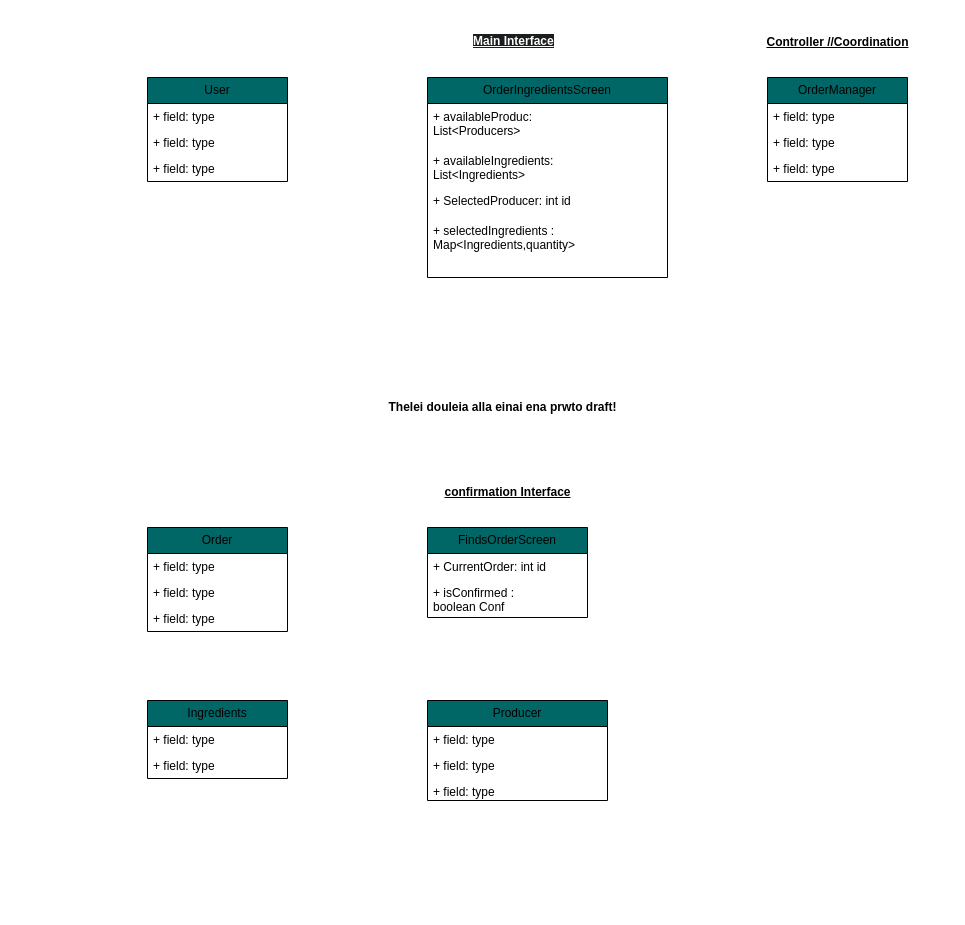
Earlier version of the draw.io diagram ClassDiagram_Kostasdrawio.drawio (TMCEID/SoftEngFishApp). Source tidied: cells renumbered, new cells numbered last; positions are measured from the earlier drawing's top-left corner, leaving out a move shared by most shapes. Both pictures are drawn from the tidied source at 100%, with x=0, y=0 at pixel (147, 17).
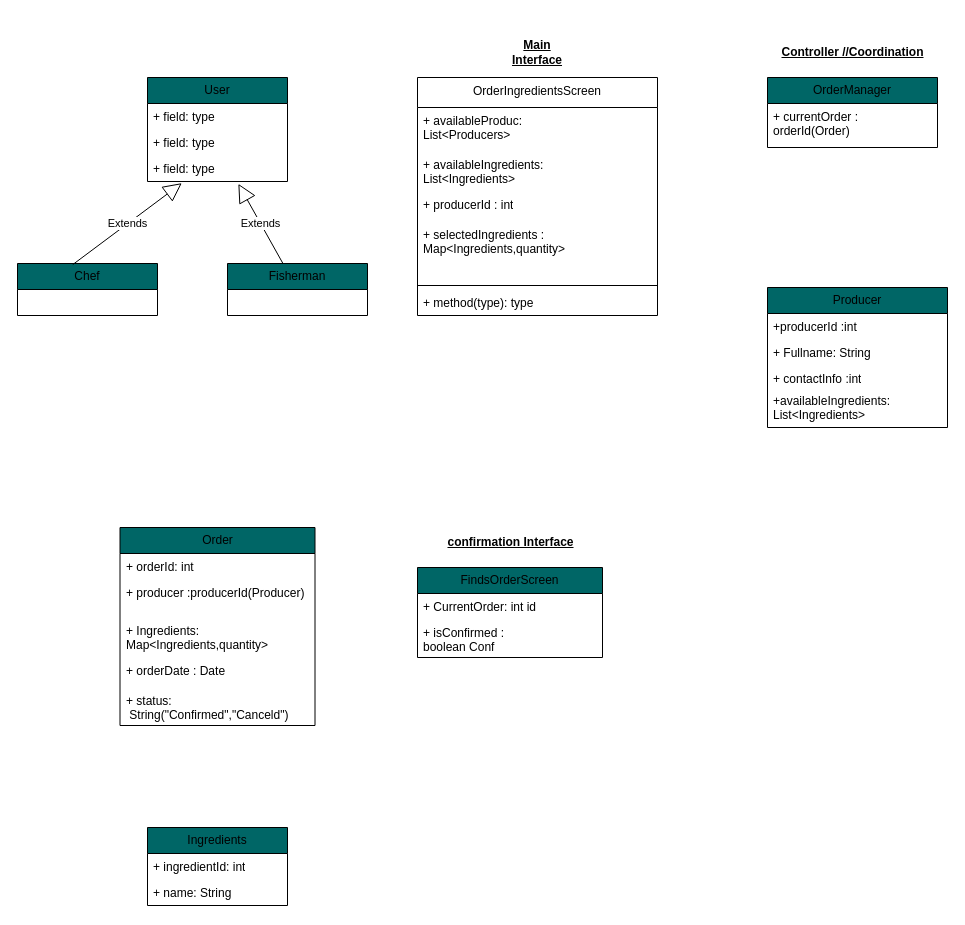
After the change.

Commit message:
Kostas:second Attempt

The edit, as a diff of the source:
```diff
@@
-    <mxCell id="2" value="User" style="swimlane;fontStyle=0;horizontal=1;startSize=26;fillColor=#006666;whiteSpace=wrap;html=1;" parent="1" vertex="1">
+    <mxCell id="2" value="User" style="swimlane;fontStyle=0;horizontal=1;startSize=26;fillColor=light-dark(#006666,#006666);whiteSpace=wrap;html=1;" parent="1" vertex="1">
       <mxGeometry y="60" width="140" height="104" as="geometry" />
     </mxCell>
-    <mxCell id="3" value="+ field: type" style="text;strokeColor=none;fillColor=none;align=left;verticalAlign=top;spacingLeft=4;spacingRight=4;overflow=hidden;whiteSpace=wrap;html=1;" parent="2" vertex="1">
-      <mxGeometry y="26" width="140" height="26" as="geometry" />
-    </mxCell>
-    <mxCell id="4" value="+ field: type" style="text;strokeColor=none;fillColor=none;align=left;verticalAlign=top;spacingLeft=4;spacingRight=4;overflow=hidden;whiteSpace=wrap;html=1;" parent="2" vertex="1">
-      <mxGeometry y="52" width="140" height="26" as="geometry" />
-    </mxCell>
-    <mxCell id="5" value="+ field: type" style="text;strokeColor=none;fillColor=none;align=left;verticalAlign=top;spacingLeft=4;spacingRight=4;overflow=hidden;whiteSpace=wrap;html=1;" parent="2" vertex="1">
-      <mxGeometry y="78" width="140" height="26" as="geometry" />
-    </mxCell>
-    <mxCell id="6" value="OrderIngredientsScreen" style="swimlane;fontStyle=0;horizontal=1;startSize=26;fillColor=#006666;whiteSpace=wrap;html=1;" parent="1" vertex="1">
-      <mxGeometry x="280" y="60" width="240" height="200" as="geometry" />
-    </mxCell>
-    <mxCell id="7" value="+ availableProduc:&lt;br&gt;List&amp;lt;Producers&amp;gt;" style="text;strokeColor=none;fillColor=none;align=left;verticalAlign=top;spacingLeft=4;spacingRight=4;overflow=hidden;whiteSpace=wrap;html=1;" parent="6" vertex="1">
-      <mxGeometry y="26" width="240" height="44" as="geometry" />
-    </mxCell>
-    <mxCell id="8" value="+ availableIngredients:&lt;br&gt;List&amp;lt;Ingredients&amp;gt;" style="text;strokeColor=none;fillColor=none;align=left;verticalAlign=top;spacingLeft=4;spacingRight=4;overflow=hidden;whiteSpace=wrap;html=1;" parent="6" vertex="1">
-      <mxGeometry y="70" width="240" height="40" as="geometry" />
-    </mxCell>
-    <mxCell id="9" value="+ SelectedProducer: int id&amp;nbsp;" style="text;strokeColor=none;fillColor=none;align=left;verticalAlign=top;spacingLeft=4;spacingRight=4;overflow=hidden;whiteSpace=wrap;html=1;" parent="6" vertex="1">
-      <mxGeometry y="110" width="240" height="30" as="geometry" />
-    </mxCell>
-    <mxCell id="10" value="+ selectedIngredients : Map&amp;lt;Ingredients,quantity&amp;gt;" style="text;strokeColor=none;fillColor=none;align=left;verticalAlign=top;spacingLeft=4;spacingRight=4;overflow=hidden;whiteSpace=wrap;html=1;" parent="6" vertex="1">
-      <mxGeometry y="140" width="240" height="60" as="geometry" />
-    </mxCell>
+    <mxCell id="33" value="+ field: type" style="text;strokeColor=none;fillColor=none;align=left;verticalAlign=top;spacingLeft=4;spacingRight=4;overflow=hidden;whiteSpace=wrap;html=1;" parent="2" vertex="1">
+      <mxGeometry y="26" width="140" height="26" as="geometry" />
+    </mxCell>
+    <mxCell id="34" value="+ field: type" style="text;strokeColor=none;fillColor=none;align=left;verticalAlign=top;spacingLeft=4;spacingRight=4;overflow=hidden;whiteSpace=wrap;html=1;" parent="2" vertex="1">
+      <mxGeometry y="52" width="140" height="26" as="geometry" />
+    </mxCell>
+    <mxCell id="35" value="+ field: type" style="text;strokeColor=none;fillColor=none;align=left;verticalAlign=top;spacingLeft=4;spacingRight=4;overflow=hidden;points=[[0,0.5],[1,0.5]];portConstraint=eastwest;whiteSpace=wrap;html=1;" parent="2" vertex="1">
+      <mxGeometry y="78" width="140" height="26" as="geometry" />
+    </mxCell>
-    <mxCell id="11" value="FindsOrderScreen" style="swimlane;fontStyle=0;horizontal=1;startSize=26;fillColor=#006666;whiteSpace=wrap;html=1;" parent="1" vertex="1">
-      <mxGeometry x="280" y="510" width="160" height="90" as="geometry" />
+    <mxCell id="11" value="FindsOrderScreen" style="swimlane;fontStyle=0;horizontal=1;startSize=26;fillColor=light-dark(#006666,#006666);whiteSpace=wrap;html=1;" parent="1" vertex="1">
+      <mxGeometry x="270" y="550" width="185" height="90" as="geometry" />
     </mxCell>
     <mxCell id="12" value="+ CurrentOrder: int id" style="text;strokeColor=none;fillColor=none;align=left;verticalAlign=top;spacingLeft=4;spacingRight=4;overflow=hidden;whiteSpace=wrap;html=1;" parent="11" vertex="1">
-      <mxGeometry y="26" width="160" height="26" as="geometry" />
+      <mxGeometry y="26" width="185" height="26" as="geometry" />
     </mxCell>
     <mxCell id="13" value="+ isConfirmed : &lt;br&gt;boolean Conf" style="text;strokeColor=none;fillColor=none;align=left;verticalAlign=top;spacingLeft=4;spacingRight=4;overflow=hidden;whiteSpace=wrap;html=1;" parent="11" vertex="1">
-      <mxGeometry y="52" width="160" height="38" as="geometry" />
+      <mxGeometry y="52" width="185" height="38" as="geometry" />
     </mxCell>
     <mxCell id="14" value="&lt;u&gt;confirmation Interface&lt;/u&gt;" style="text;align=center;fontStyle=1;verticalAlign=middle;spacingLeft=3;spacingRight=3;strokeColor=none;html=1;" parent="1" vertex="1">
-      <mxGeometry x="295" y="450" width="130" height="50" as="geometry" />
+      <mxGeometry x="297.5" y="500" width="130" height="50" as="geometry" />
     </mxCell>
+    <mxCell id="16" value="Producer" style="swimlane;fontStyle=0;horizontal=1;startSize=26;fillColor=light-dark(#006666,#006666);whiteSpace=wrap;html=1;" parent="1" vertex="1">
+      <mxGeometry x="620" y="270" width="180" height="140" as="geometry" />
+    </mxCell>
+    <mxCell id="36" value="+producerId :int" style="text;strokeColor=none;fillColor=none;align=left;verticalAlign=top;spacingLeft=4;spacingRight=4;overflow=hidden;whiteSpace=wrap;html=1;" parent="16" vertex="1">
+      <mxGeometry y="26" width="180" height="26" as="geometry" />
+    </mxCell>
+    <mxCell id="37" value="+ Fullname: String" style="text;strokeColor=none;fillColor=none;align=left;verticalAlign=top;spacingLeft=4;spacingRight=4;overflow=hidden;whiteSpace=wrap;html=1;" parent="16" vertex="1">
+      <mxGeometry y="52" width="180" height="26" as="geometry" />
+    </mxCell>
+    <mxCell id="38" value="+ contactInfo :int" style="text;strokeColor=none;fillColor=none;align=left;verticalAlign=top;spacingLeft=4;spacingRight=4;overflow=hidden;whiteSpace=wrap;html=1;" parent="16" vertex="1">
+      <mxGeometry y="78" width="180" height="22" as="geometry" />
+    </mxCell>
+    <mxCell id="39" value="+availableIngredients:&lt;br&gt;List&amp;lt;Ingredients&amp;gt;" style="text;strokeColor=none;fillColor=none;align=left;verticalAlign=top;spacingLeft=4;spacingRight=4;overflow=hidden;whiteSpace=wrap;html=1;" parent="16" vertex="1">
+      <mxGeometry y="100" width="180" height="40" as="geometry" />
+    </mxCell>
+    <mxCell id="20" value="Ingredients" style="swimlane;fontStyle=0;horizontal=1;startSize=26;fillColor=light-dark(#006666,#006666);whiteSpace=wrap;html=1;" parent="1" vertex="1">
+      <mxGeometry y="810" width="140" height="78" as="geometry" />
+    </mxCell>
+    <mxCell id="40" value="+ ingredientId: int" style="text;strokeColor=none;fillColor=none;align=left;verticalAlign=top;spacingLeft=4;spacingRight=4;overflow=hidden;whiteSpace=wrap;html=1;" parent="20" vertex="1">
+      <mxGeometry y="26" width="140" height="26" as="geometry" />
+    </mxCell>
+    <mxCell id="41" value="+ name: String" style="text;strokeColor=none;fillColor=none;align=left;verticalAlign=top;spacingLeft=4;spacingRight=4;overflow=hidden;whiteSpace=wrap;html=1;" parent="20" vertex="1">
+      <mxGeometry y="52" width="140" height="26" as="geometry" />
+    </mxCell>
+    <mxCell id="23" value="Order" style="swimlane;fontStyle=0;horizontal=1;startSize=26;fillColor=light-dark(#006666,#006666);whiteSpace=wrap;html=1;" parent="1" vertex="1">
+      <mxGeometry x="-27.5" y="510" width="195" height="198" as="geometry" />
+    </mxCell>
+    <mxCell id="42" value="+ orderId: int" style="text;strokeColor=none;fillColor=none;align=left;verticalAlign=top;spacingLeft=4;spacingRight=4;overflow=hidden;whiteSpace=wrap;html=1;" parent="23" vertex="1">
+      <mxGeometry y="26" width="195" height="26" as="geometry" />
+    </mxCell>
+    <mxCell id="43" value="+ producer :producerId(Producer)&amp;nbsp;" style="text;strokeColor=none;fillColor=none;align=left;verticalAlign=top;spacingLeft=4;spacingRight=4;overflow=hidden;whiteSpace=wrap;html=1;" parent="23" vertex="1">
+      <mxGeometry y="52" width="195" height="38" as="geometry" />
+    </mxCell>
+    <mxCell id="44" value="+ Ingredients:&lt;br&gt;Map&amp;lt;Ingredients,quantity&amp;gt;" style="text;strokeColor=none;fillColor=none;align=left;verticalAlign=top;spacingLeft=4;spacingRight=4;overflow=hidden;whiteSpace=wrap;html=1;" parent="23" vertex="1">
+      <mxGeometry y="90" width="195" height="40" as="geometry" />
+    </mxCell>
+    <mxCell id="45" value="+ orderDate : Date" style="text;strokeColor=none;fillColor=none;align=left;verticalAlign=top;spacingLeft=4;spacingRight=4;overflow=hidden;whiteSpace=wrap;html=1;" parent="23" vertex="1">
+      <mxGeometry y="130" width="195" height="30" as="geometry" />
+    </mxCell>
+    <mxCell id="46" value="+ status: &lt;br&gt;&amp;nbsp;String(&quot;Confirmed&quot;,&quot;Canceld&quot;)&amp;nbsp;" style="text;strokeColor=none;fillColor=none;align=left;verticalAlign=top;spacingLeft=4;spacingRight=4;overflow=hidden;whiteSpace=wrap;html=1;" parent="23" vertex="1">
+      <mxGeometry y="160" width="195" height="38" as="geometry" />
+    </mxCell>
+    <mxCell id="27" value="OrderManager" style="swimlane;fontStyle=0;horizontal=1;startSize=26;fillColor=light-dark(#006666,#006666);whiteSpace=wrap;html=1;" parent="1" vertex="1">
+      <mxGeometry x="620" y="60" width="170" height="70" as="geometry" />
+    </mxCell>
+    <mxCell id="47" value="+ currentOrder : orderId(Order)" style="text;strokeColor=none;fillColor=none;align=left;verticalAlign=top;spacingLeft=4;spacingRight=4;overflow=hidden;whiteSpace=wrap;html=1;" parent="27" vertex="1">
+      <mxGeometry y="26" width="170" height="44" as="geometry" />
+    </mxCell>
+    <mxCell id="31" value="&lt;u&gt;Controller //Coordination&lt;/u&gt;" style="text;align=center;fontStyle=1;verticalAlign=middle;spacingLeft=3;spacingRight=3;strokeColor=none;html=1;" parent="1" vertex="1">
+      <mxGeometry x="630" y="10" width="150" height="50" as="geometry" />
+    </mxCell>
+    <mxCell id="48" value="Chef" style="swimlane;fontStyle=0;horizontal=1;startSize=26;fillColor=light-dark(#006666,#006666);whiteSpace=wrap;html=1;" parent="1" vertex="1">
+      <mxGeometry x="-130" y="246" width="140" height="52" as="geometry" />
+    </mxCell>
+    <mxCell id="49" value="Fisherman" style="swimlane;fontStyle=0;horizontal=1;startSize=26;fillColor=light-dark(#006666,#006666);whiteSpace=wrap;html=1;" parent="1" vertex="1">
+      <mxGeometry x="80" y="246" width="140" height="52" as="geometry" />
+    </mxCell>
+    <mxCell id="6" value="&lt;span style=&quot;font-weight: 400;&quot;&gt;OrderIngredientsScreen&lt;/span&gt;" style="swimlane;fontStyle=1;align=center;verticalAlign=top;horizontal=1;startSize=30;whiteSpace=wrap;html=1;fillColor=light-dark(#FFFFFF,#006666);" parent="1" vertex="1">
+      <mxGeometry x="270" y="60" width="240" height="238" as="geometry" />
+    </mxCell>
+    <mxCell id="7" value="+ availableProduc:&lt;br&gt;List&amp;lt;Producers&amp;gt;" style="text;strokeColor=none;fillColor=none;align=left;verticalAlign=top;spacingLeft=4;spacingRight=4;overflow=hidden;whiteSpace=wrap;html=1;" parent="6" vertex="1">
+      <mxGeometry y="30" width="240" height="44" as="geometry" />
+    </mxCell>
+    <mxCell id="8" value="+ availableIngredients:&lt;br&gt;List&amp;lt;Ingredients&amp;gt;" style="text;strokeColor=none;fillColor=none;align=left;verticalAlign=top;spacingLeft=4;spacingRight=4;overflow=hidden;whiteSpace=wrap;html=1;" parent="6" vertex="1">
+      <mxGeometry y="74" width="240" height="40" as="geometry" />
+    </mxCell>
+    <mxCell id="50" value="+ producerId : int" style="text;strokeColor=none;fillColor=none;align=left;verticalAlign=top;spacingLeft=4;spacingRight=4;overflow=hidden;whiteSpace=wrap;html=1;" parent="6" vertex="1">
+      <mxGeometry y="114" width="240" height="30" as="geometry" />
+    </mxCell>
+    <mxCell id="10" value="+ selectedIngredients : Map&amp;lt;Ingredients,quantity&amp;gt;" style="text;strokeColor=none;fillColor=none;align=left;verticalAlign=top;spacingLeft=4;spacingRight=4;overflow=hidden;whiteSpace=wrap;html=1;" parent="6" vertex="1">
+      <mxGeometry y="144" width="240" height="60" as="geometry" />
+    </mxCell>
+    <mxCell id="51" style="line;strokeWidth=1;fillColor=none;align=left;verticalAlign=middle;spacingTop=-1;spacingLeft=3;spacingRight=3;labelPosition=right;strokeColor=inherit;" parent="6" vertex="1">
+      <mxGeometry y="204" width="240" height="8" as="geometry" />
+    </mxCell>
+    <mxCell id="52" value="+ method(type): type" style="text;strokeColor=none;fillColor=none;align=left;verticalAlign=top;spacingLeft=4;spacingRight=4;overflow=hidden;whiteSpace=wrap;html=1;" parent="6" vertex="1">
+      <mxGeometry y="212" width="240" height="26" as="geometry" />
+    </mxCell>
+    <mxCell id="53" value="Extends" style="endArrow=block;endSize=16;endFill=0;html=1;rounded=0;exitX=0.395;exitY=0.02;exitDx=0;exitDy=0;exitPerimeter=0;entryX=0.245;entryY=1.064;entryDx=0;entryDy=0;entryPerimeter=0;" parent="1" edge="1" source="48" target="35">
+      <mxGeometry relative="1" as="geometry" />
+    </mxCell>
+    <mxCell id="54" value="Extends" style="endArrow=block;endSize=16;endFill=0;html=1;rounded=0;entryX=0.649;entryY=1.09;entryDx=0;entryDy=0;entryPerimeter=0;" parent="1" edge="1" source="49" target="35">
+      <mxGeometry relative="1" as="geometry" />
+    </mxCell>
-    <mxCell id="15" value="&lt;span style=&quot;color: rgb(255, 255, 255); font-family: Helvetica; font-size: 12px; font-style: normal; font-variant-ligatures: normal; font-variant-caps: normal; font-weight: 700; letter-spacing: normal; orphans: 2; text-align: center; text-indent: 0px; text-transform: none; widows: 2; word-spacing: 0px; -webkit-text-stroke-width: 0px; white-space: nowrap; background-color: rgb(27, 29, 30); text-decoration-thickness: initial; text-decoration-style: initial; text-decoration-color: initial; display: inline !important; float: none;&quot;&gt;&lt;u&gt;Main Interface&lt;/u&gt;&lt;/span&gt;" style="text;whiteSpace=wrap;html=1;" parent="1" vertex="1">
-      <mxGeometry x="324" y="10" width="130" height="30" as="geometry" />
+    <mxCell id="15" value="&lt;b&gt;&lt;u&gt;Main Interface&lt;/u&gt;&lt;/b&gt;" style="text;html=1;align=center;verticalAlign=middle;whiteSpace=wrap;rounded=0;" parent="1" vertex="1">
+      <mxGeometry x="360" y="20" width="60" height="30" as="geometry" />
     </mxCell>
-    <mxCell id="16" value="Producer" style="swimlane;fontStyle=0;horizontal=1;startSize=26;fillColor=#006666;whiteSpace=wrap;html=1;" parent="1" vertex="1">
-      <mxGeometry x="280" y="683" width="180" height="100" as="geometry" />
-    </mxCell>
-    <mxCell id="17" value="+ field: type" style="text;strokeColor=none;fillColor=none;align=left;verticalAlign=top;spacingLeft=4;spacingRight=4;overflow=hidden;whiteSpace=wrap;html=1;" parent="16" vertex="1">
-      <mxGeometry y="26" width="180" height="26" as="geometry" />
-    </mxCell>
-    <mxCell id="18" value="+ field: type" style="text;strokeColor=none;fillColor=none;align=left;verticalAlign=top;spacingLeft=4;spacingRight=4;overflow=hidden;whiteSpace=wrap;html=1;" parent="16" vertex="1">
-      <mxGeometry y="52" width="180" height="26" as="geometry" />
-    </mxCell>
-    <mxCell id="19" value="+ field: type" style="text;strokeColor=none;fillColor=none;align=left;verticalAlign=top;spacingLeft=4;spacingRight=4;overflow=hidden;whiteSpace=wrap;html=1;" parent="16" vertex="1">
-      <mxGeometry y="78" width="180" height="22" as="geometry" />
-    </mxCell>
-    <mxCell id="20" value="Ingredients" style="swimlane;fontStyle=0;horizontal=1;startSize=26;fillColor=#006666;whiteSpace=wrap;html=1;" parent="1" vertex="1">
-      <mxGeometry y="683" width="140" height="78" as="geometry" />
-    </mxCell>
-    <mxCell id="21" value="+ field: type" style="text;strokeColor=none;fillColor=none;align=left;verticalAlign=top;spacingLeft=4;spacingRight=4;overflow=hidden;whiteSpace=wrap;html=1;" parent="20" vertex="1">
-      <mxGeometry y="26" width="140" height="26" as="geometry" />
-    </mxCell>
-    <mxCell id="22" value="+ field: type" style="text;strokeColor=none;fillColor=none;align=left;verticalAlign=top;spacingLeft=4;spacingRight=4;overflow=hidden;whiteSpace=wrap;html=1;" parent="20" vertex="1">
-      <mxGeometry y="52" width="140" height="26" as="geometry" />
-    </mxCell>
-    <mxCell id="23" value="Order" style="swimlane;fontStyle=0;horizontal=1;startSize=26;fillColor=#006666;whiteSpace=wrap;html=1;" parent="1" vertex="1">
-      <mxGeometry y="510" width="140" height="104" as="geometry" />
-    </mxCell>
-    <mxCell id="24" value="+ field: type" style="text;strokeColor=none;fillColor=none;align=left;verticalAlign=top;spacingLeft=4;spacingRight=4;overflow=hidden;whiteSpace=wrap;html=1;" parent="23" vertex="1">
-      <mxGeometry y="26" width="140" height="26" as="geometry" />
-    </mxCell>
-    <mxCell id="25" value="+ field: type" style="text;strokeColor=none;fillColor=none;align=left;verticalAlign=top;spacingLeft=4;spacingRight=4;overflow=hidden;whiteSpace=wrap;html=1;" parent="23" vertex="1">
-      <mxGeometry y="52" width="140" height="26" as="geometry" />
-    </mxCell>
-    <mxCell id="26" value="+ field: type" style="text;strokeColor=none;fillColor=none;align=left;verticalAlign=top;spacingLeft=4;spacingRight=4;overflow=hidden;whiteSpace=wrap;html=1;" parent="23" vertex="1">
-      <mxGeometry y="78" width="140" height="26" as="geometry" />
-    </mxCell>
-    <mxCell id="27" value="OrderManager" style="swimlane;fontStyle=0;horizontal=1;startSize=26;fillColor=#006666;whiteSpace=wrap;html=1;" parent="1" vertex="1">
-      <mxGeometry x="620" y="60" width="140" height="104" as="geometry" />
-    </mxCell>
-    <mxCell id="28" value="+ field: type" style="text;strokeColor=none;fillColor=none;align=left;verticalAlign=top;spacingLeft=4;spacingRight=4;overflow=hidden;whiteSpace=wrap;html=1;" parent="27" vertex="1">
-      <mxGeometry y="26" width="140" height="26" as="geometry" />
-    </mxCell>
-    <mxCell id="29" value="+ field: type" style="text;strokeColor=none;fillColor=none;align=left;verticalAlign=top;spacingLeft=4;spacingRight=4;overflow=hidden;whiteSpace=wrap;html=1;" parent="27" vertex="1">
-      <mxGeometry y="52" width="140" height="26" as="geometry" />
-    </mxCell>
-    <mxCell id="30" value="+ field: type" style="text;strokeColor=none;fillColor=none;align=left;verticalAlign=top;spacingLeft=4;spacingRight=4;overflow=hidden;whiteSpace=wrap;html=1;" parent="27" vertex="1">
-      <mxGeometry y="78" width="140" height="26" as="geometry" />
-    </mxCell>
-    <mxCell id="31" value="&lt;u&gt;Controller //Coordination&lt;/u&gt;" style="text;align=center;fontStyle=1;verticalAlign=middle;spacingLeft=3;spacingRight=3;strokeColor=none;html=1;" parent="1" vertex="1">
-      <mxGeometry x="615" width="150" height="50" as="geometry" />
-    </mxCell>
-    <mxCell id="32" value="Thelei douleia alla einai ena prwto draft!" style="text;align=center;fontStyle=1;verticalAlign=middle;spacingLeft=3;spacingRight=3;strokeColor=none;html=1;" parent="1" vertex="1">
-      <mxGeometry x="210" y="380" width="290" height="20" as="geometry" />
-    </mxCell>
```
